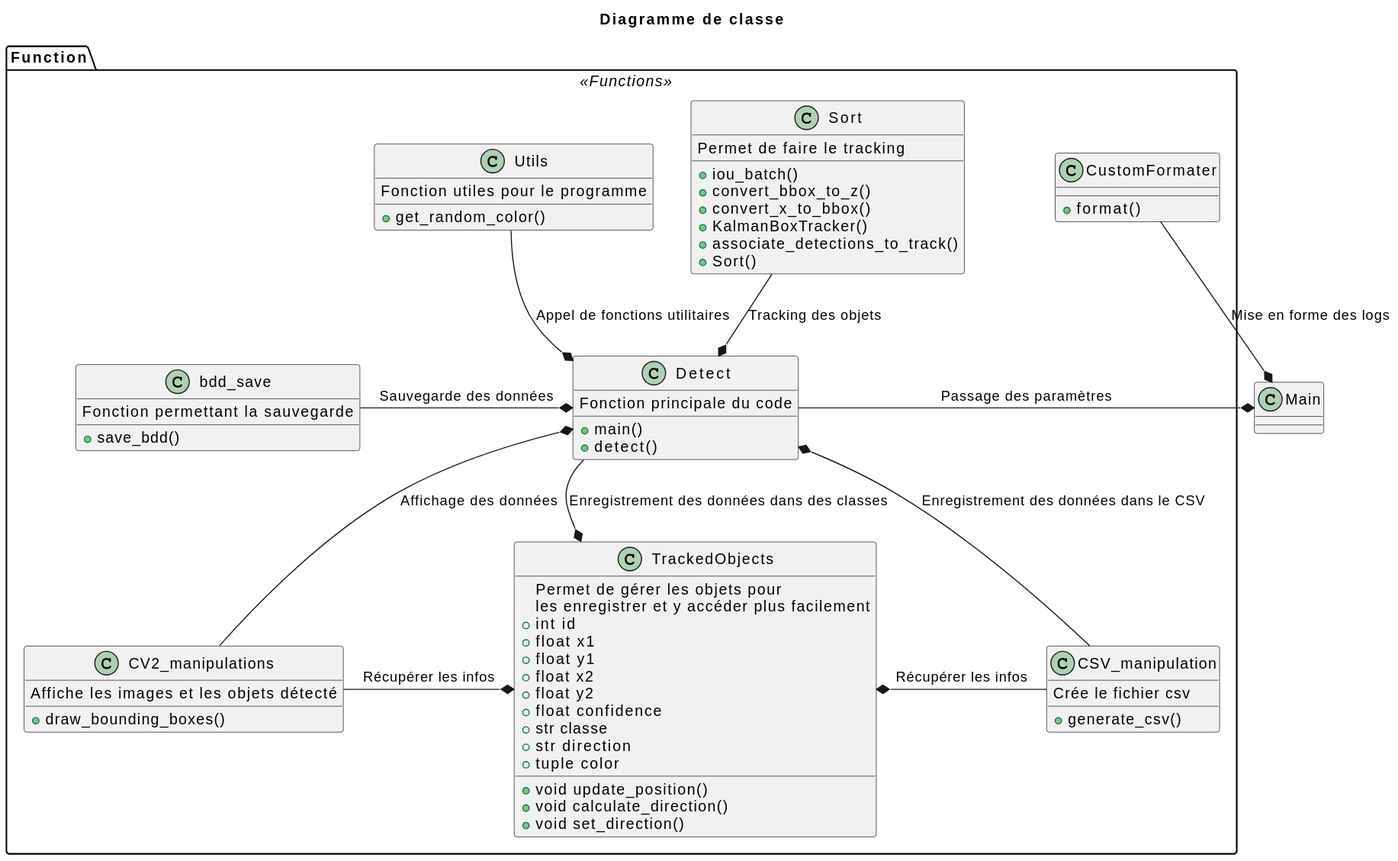
Above: docs/classDiagram.svg in Drosscend/MiniBox (PlantUML), before the change.
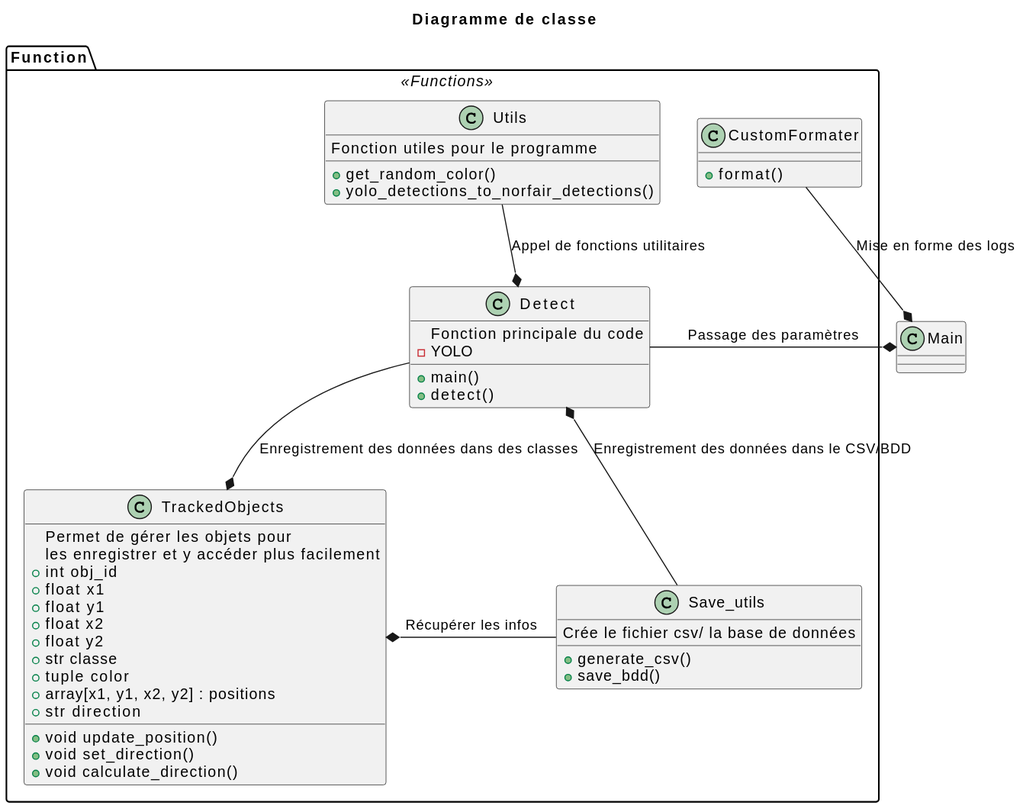
The same diagram one commit later.

Commit message:
feat(doc) : amélioration du diagramme de classes + readme

What changed in the source:
```diff
@@ -8,6 +8,7 @@
 
   class Detect {
     Fonction principale du code
+    - YOLO
     +main()
     +detect()
   }
@@ -15,52 +16,35 @@
   class TrackedObjects {
     Permet de gérer les objets pour
     les enregistrer et y accéder plus facilement
-    +int id
+    +int obj_id
     +float x1
     +float y1
     +float x2
     +float y2
-    +float confidence
     +str classe
+    +tuple color
+    +array[x1, y1, x2, y2] : positions
     +str direction
-    +tuple color
     +void update_position()
+    +void set_direction()
     +void calculate_direction()
-    +void set_direction()
   }
 
-  class CSV_manipulation {
-    Crée le fichier csv
+  class Save_utils {
+    Crée le fichier csv/ la base de données
     +generate_csv()
-  }
-
-  class CV2_manipulations {
-    Affiche les images et les objets détecté
-    +draw_bounding_boxes()
+    +save_bdd()
   }
 
   class Utils {
     Fonction utiles pour le programme
     +get_random_color()
+    +yolo_detections_to_norfair_detections()
   }
 
-  class bdd_save {
-    Fonction permettant la sauvegarde
-    +save_bdd()
-  }
 
   class CustomFormater {
     +format()
-  }
-
-  class Sort {
-    Permet de faire le tracking
-    +iou_batch()
-    +convert_bbox_to_z()
-    +convert_x_to_bbox()
-    +KalmanBoxTracker()
-    +associate_detections_to_track()
-    +Sort()
   }
 
 }
@@ -71,11 +55,7 @@
 TrackedObjects *-up- Detect: Enregistrement des données dans des classes
 
 Detect *-up- Utils: Appel de fonctions utilitaires
-Detect *-up- Sort: Tracking des objets
-Detect *-down- CSV_manipulation: Enregistrement des données dans le CSV
-Detect *-down- CV2_manipulations: Affichage des données
-Detect *-left- bdd_save: Sauvegarde des données
+Detect *-down- Save_utils: Enregistrement des données dans le CSV/BDD
 
-TrackedObjects *-right- CSV_manipulation: Récupérer les infos
-TrackedObjects *-left- CV2_manipulations: Récupérer les infos
+TrackedObjects *-right- Save_utils: Récupérer les infos
 @enduml
```
